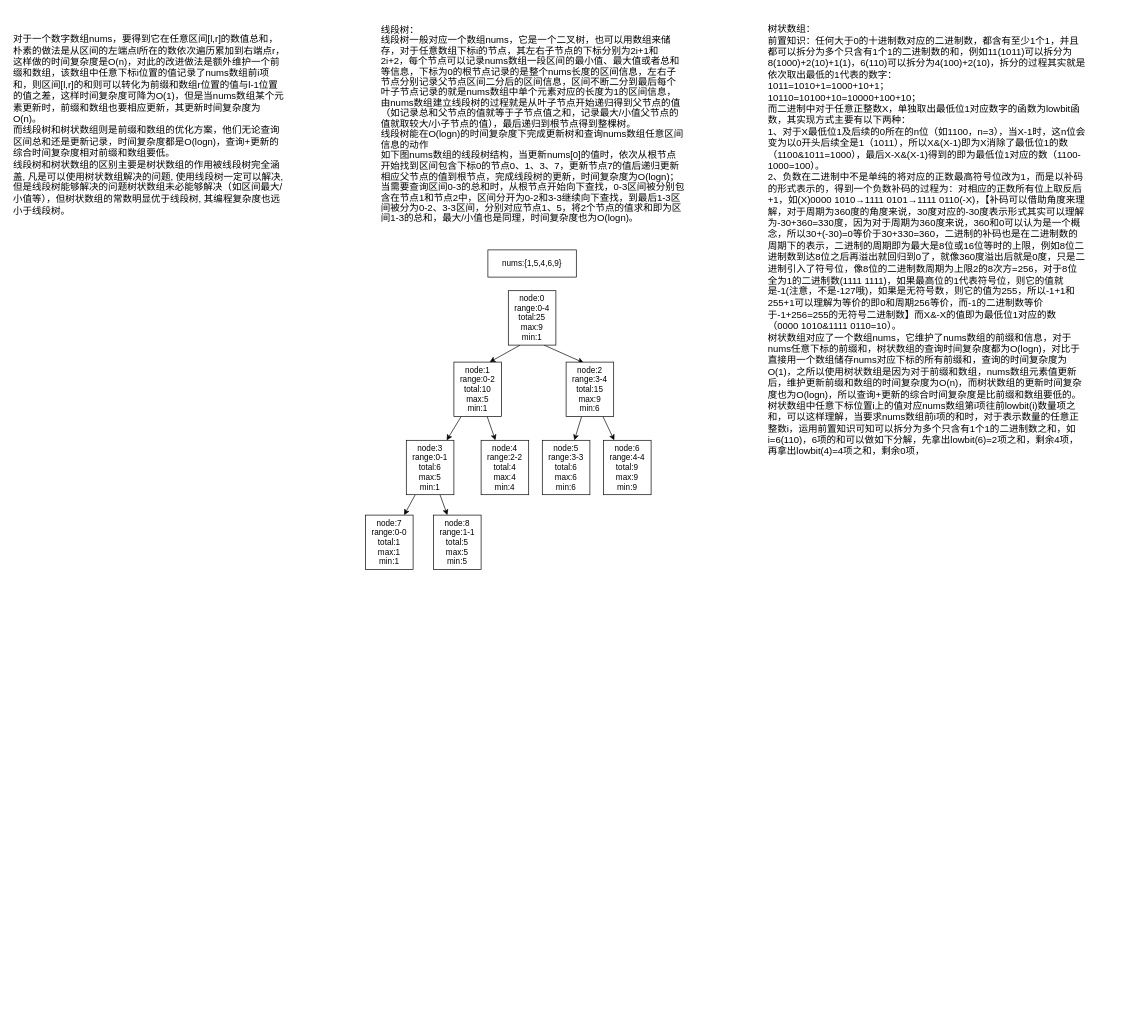
Earlier version of the draw.io diagram 线段树和树状数组.drawio (a7956232/drawIOFiles). Source tidied: cells renumbered, new cells numbered last; positions are measured from the earlier drawing's top-left corner, leaving out a move shared by most shapes. Both pictures are drawn from the tidied source at 68%, with x=0, y=0 at pixel (12, 12).
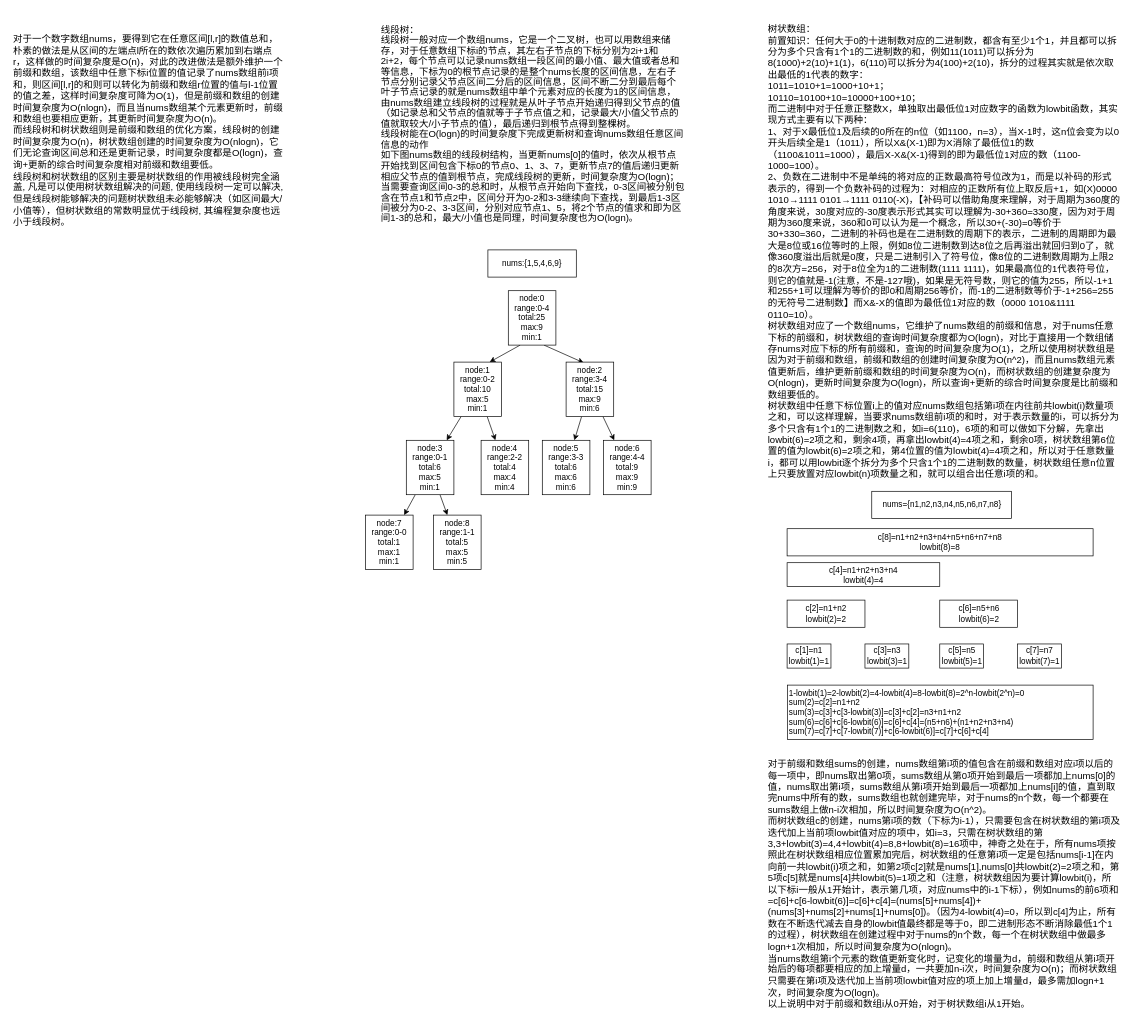
After the change.

Commit message:
更新线段树和树状数组.drawio

The edit, as a diff of the source:
```diff
@@
-    <mxCell id="21" value="&lt;font style=&quot;font-size: 14px;&quot;&gt;树状数组：&lt;br&gt;前置知识：任何大于0的十进制数对应的二进制数，都含有至少1个1，并且都可以拆分为多个只含有1个1的二进制数的和，例如11(1011)可以拆分为8(1000)+2(10)+1(1)，6(110)可以拆分为4(100)+2(10)，拆分的过程其实就是依次取出最低的1代表的数字：&lt;br&gt;1011=1010+1=1000+10+1；&lt;br&gt;10110=10100+10=10000+100+10；&lt;br&gt;而二进制中对于任意正整数X，单独取出最低位1对应数字的函数为lowbit函数，其实现方式主要有以下两种：&lt;br&gt;1、对于X最低位1及后续的0所在的n位（如1100，n=3），当X-1时，这n位会变为以0开头后续全是1（1011），所以X&amp;amp;(X-1)即为X消除了最低位1的数（1100&amp;amp;1011=1000），最后X-X&amp;amp;(X-1)得到的即为最低位1对应的数（1100-1000=100）。&lt;br&gt;2、负数在二进制中不是单纯的将对应的正数最高符号位改为1，而是以补码的形式表示的，得到一个负数补码的过程为：对相应的正数所有位上取反后+1，如(X)0000 1010→1111 0101→1111 0110(-X)，【补码可以借助角度来理解，对于周期为360度的角度来说，30度对应的-30度表示形式其实可以理解为-30+360=330度，因为对于周期为360度来说，360和0可以认为是一个概念，所以30+(-30)=0等价于30+330=360，二进制的补码也是在二进制数的周期下的表示，二进制的周期即为最大是8位或16位等时的上限，例如8位二进制数到达8位之后再溢出就回归到0了，就像360度溢出后就是0度，只是二进制引入了符号位，像8位的二进制数周期为上限2的8次方=256，对于8位全为1的二进制数(1111 1111)，如果最高位的1代表符号位，则它的值就是-1(注意，不是-127哦)，如果是无符号数，则它的值为255，所以-1+1和255+1可以理解为等价的即0和周期256等价，而-1的二进制数等价于-1+256=255的无符号二进制数】而X&amp;amp;-X的值即为最低位1对应的数（0000 1010&amp;amp;1111 0110=10）。&lt;br&gt;树状数组对应了一个数组nums，它维护了nums数组的前缀和信息，对于nums任意下标的前缀和，树状数组的查询时间复杂度都为O(logn)，对比于直接用一个数组储存nums对应下标的所有前缀和，查询的时间复杂度为O(1)，之所以使用树状数组是因为对于前缀和数组，nums数组元素值更新后，维护更新前缀和数组的时间复杂度为O(n)，而树状数组的更新时间复杂度也为O(logn)，所以查询+更新的综合时间复杂度是比前缀和数组要低的。&lt;br&gt;树状数组中任意下标位置i上的值对应nums数组第i项往前lowbit(i)数量项之和，可以这样理解，当要求nums数组前i项的和时，对于表示数量的任意正整数i，运用前置知识可知可以拆分为多个只含有1个1的二进制数之和，如i=6(110)，6项的和可以做如下分解，先拿出lowbit(6)=2项之和，剩余4项，再拿出lowbit(4)=4项之和，剩余0项，&lt;br&gt;&lt;/font&gt;" style="text;html=1;strokeColor=none;fillColor=none;align=left;verticalAlign=top;whiteSpace=wrap;rounded=0;" parent="1" vertex="1">
-      <mxGeometry x="1110" y="10" width="470" height="860" as="geometry" />
+    <mxCell id="21" value="&lt;font style=&quot;font-size: 14px;&quot;&gt;树状数组：&lt;br&gt;前置知识：任何大于0的十进制数对应的二进制数，都含有至少1个1，并且都可以拆分为多个只含有1个1的二进制数的和，例如11(1011)可以拆分为8(1000)+2(10)+1(1)，6(110)可以拆分为4(100)+2(10)，拆分的过程其实就是依次取出最低的1代表的数字：&lt;br&gt;1011=1010+1=1000+10+1；&lt;br&gt;10110=10100+10=10000+100+10；&lt;br&gt;而二进制中对于任意正整数X，单独取出最低位1对应数字的函数为lowbit函数，其实现方式主要有以下两种：&lt;br&gt;1、对于X最低位1及后续的0所在的n位（如1100，n=3），当X-1时，这n位会变为以0开头后续全是1（1011），所以X&amp;amp;(X-1)即为X消除了最低位1的数（1100&amp;amp;1011=1000），最后X-X&amp;amp;(X-1)得到的即为最低位1对应的数（1100-1000=100）。&lt;br&gt;2、负数在二进制中不是单纯的将对应的正数最高符号位改为1，而是以补码的形式表示的，得到一个负数补码的过程为：对相应的正数所有位上取反后+1，如(X)0000 1010→1111 0101→1111 0110(-X)，【补码可以借助角度来理解，对于周期为360度的角度来说，30度对应的-30度表示形式其实可以理解为-30+360=330度，因为对于周期为360度来说，360和0可以认为是一个概念，所以30+(-30)=0等价于30+330=360，二进制的补码也是在二进制数的周期下的表示，二进制的周期即为最大是8位或16位等时的上限，例如8位二进制数到达8位之后再溢出就回归到0了，就像360度溢出后就是0度，只是二进制引入了符号位，像8位的二进制数周期为上限2的8次方=256，对于8位全为1的二进制数(1111 1111)，如果最高位的1代表符号位，则它的值就是-1(注意，不是-127哦)，如果是无符号数，则它的值为255，所以-1+1和255+1可以理解为等价的即0和周期256等价，而-1的二进制数等价于-1+256=255的无符号二进制数】而X&amp;amp;-X的值即为最低位1对应的数（0000 1010&amp;amp;1111 0110=10）。&lt;br&gt;树状数组对应了一个数组nums，它维护了nums数组的前缀和信息，对于nums任意下标的前缀和，树状数组的查询时间复杂度都为O(logn)，对比于直接用一个数组储存nums对应下标的所有前缀和，查询的时间复杂度为O(1)，之所以使用树状数组是因为对于前缀和数组，前缀和数组的创建时间复杂度为O(n^2)，而且nums数组元素值更新后，维护更新前缀和数组的时间复杂度为O(n)，而树状数组的创建复杂度为O(nlogn)，更新时间复杂度为O(logn)，所以查询+更新的综合时间复杂度是比前缀和数组要低的。&lt;br&gt;树状数组中任意下标位置i上的值对应nums数组包括第i项在内往前共lowbit(i)数量项之和，可以这样理解，当要求nums数组前i项的和时，对于表示数量的i，可以拆分为多个只含有1个1的二进制数之和，如i=6(110)，6项的和可以做如下分解，先拿出lowbit(6)=2项之和，剩余4项，再拿出lowbit(4)=4项之和，剩余0项，树状数组第6位置的值为lowbit(6)=2项之和，第4位置的值为lowbit(4)=4项之和，所以对于任意数量i，都可以用lowbit逐个拆分为多个只含1个1的二进制数的数量，树状数组任意n位置上只要放置对应lowbit(n)项数量之和，就可以组合出任意i项的和。&lt;br&gt;&lt;/font&gt;" style="text;html=1;strokeColor=none;fillColor=none;align=left;verticalAlign=top;whiteSpace=wrap;rounded=0;" parent="1" vertex="1">
+      <mxGeometry x="1110" y="10" width="520" height="690" as="geometry" />
     </mxCell>
-    <mxCell id="22" value="&lt;font style=&quot;font-size: 14px;&quot;&gt;对于一个数字数组nums，要得到它在任意区间[l,r]的数值总和，朴素的做法是从区间的左端点l所在的数依次遍历累加到右端点r，这样做的时间复杂度是O(n)，对此的改进做法是额外维护一个前缀和数组，该数组中任意下标i位置的值记录了nums数组前i项和，则区间[l,r]的和则可以转化为前缀和数组r位置的值与l-1位置的值之差，这样时间复杂度可降为O(1)，但是当nums数组某个元素更新时，前缀和数组也要相应更新，其更新时间复杂度为O(n)。&lt;br&gt;而线段树和树状数组则是前缀和数组的优化方案，他们无论查询区间总和还是更新记录，时间复杂度都是O(logn)，查询+更新的综合时间复杂度相对前缀和数组要低。&lt;br&gt;线段树和树状数组的区别主要是树状数组的作用被线段树完全涵盖, 凡是可以使用树状数组解决的问题, 使用线段树一定可以解决, 但是线段树能够解决的问题树状数组未必能够解决（如区间最大/小值等），但树状数组的常数明显优于线段树, 其编程复杂度也远小于线段树。&lt;br&gt;&lt;/font&gt;" style="text;html=1;strokeColor=none;fillColor=none;align=left;verticalAlign=top;whiteSpace=wrap;rounded=0;" parent="1" vertex="1">
-      <mxGeometry y="25" width="403" height="280" as="geometry" />
+    <mxCell id="22" value="&lt;font style=&quot;font-size: 14px;&quot;&gt;对于一个数字数组nums，要得到它在任意区间[l,r]的数值总和，朴素的做法是从区间的左端点l所在的数依次遍历累加到右端点r，这样做的时间复杂度是O(n)，对此的改进做法是额外维护一个前缀和数组，该数组中任意下标i位置的值记录了nums数组前i项和，则区间[l,r]的和则可以转化为前缀和数组r位置的值与l-1位置的值之差，这样时间复杂度可降为O(1)，但是前缀和数组的创建时间复杂度为O(nlogn)，而且当nums数组某个元素更新时，前缀和数组也要相应更新，其更新时间复杂度为O(n)。&lt;br&gt;而线段树和树状数组则是前缀和数组的优化方案，线段树的创建时间复杂度为O(n)，树状数组创建的时间复杂度为O(nlogn)，它们无论查询区间总和还是更新记录，时间复杂度都是O(logn)，查询+更新的综合时间复杂度相对前缀和数组要低。&lt;br&gt;线段树和树状数组的区别主要是树状数组的作用被线段树完全涵盖, 凡是可以使用树状数组解决的问题, 使用线段树一定可以解决, 但是线段树能够解决的问题树状数组未必能够解决（如区间最大/小值等），但树状数组的常数明显优于线段树, 其编程复杂度也远小于线段树。&lt;br&gt;&lt;/font&gt;" style="text;html=1;strokeColor=none;fillColor=none;align=left;verticalAlign=top;whiteSpace=wrap;rounded=0;" parent="1" vertex="1">
+      <mxGeometry y="25" width="400" height="295" as="geometry" />
     </mxCell>
+    <mxCell id="23" value="nums={n1,n2,n3,n4,n5,n6,n7,n8}" style="rounded=0;whiteSpace=wrap;html=1;" parent="1" vertex="1">
+      <mxGeometry x="1264.5" y="705" width="205.5" height="40" as="geometry" />
+    </mxCell>
+    <mxCell id="24" value="c[8]=n1+n2+n3+n4+n5+n6+n7+n8&lt;br&gt;lowbit(8)=8" style="rounded=0;whiteSpace=wrap;html=1;" parent="1" vertex="1">
+      <mxGeometry x="1140" y="760" width="450" height="40" as="geometry" />
+    </mxCell>
+    <mxCell id="25" value="c[4]=n1+n2+n3+n4&lt;br&gt;lowbit(4)=4" style="rounded=0;whiteSpace=wrap;html=1;" parent="1" vertex="1">
+      <mxGeometry x="1140" y="810" width="224.5" height="35" as="geometry" />
+    </mxCell>
+    <mxCell id="26" value="c[2]=n1+n2&lt;br&gt;lowbit(2)=2" style="rounded=0;whiteSpace=wrap;html=1;" parent="1" vertex="1">
+      <mxGeometry x="1140" y="865" width="114.5" height="40" as="geometry" />
+    </mxCell>
+    <mxCell id="27" value="c[1]=n1&lt;br&gt;lowbit(1)=1" style="rounded=0;whiteSpace=wrap;html=1;" parent="1" vertex="1">
+      <mxGeometry x="1140" y="929.5" width="64.5" height="35.5" as="geometry" />
+    </mxCell>
+    <mxCell id="28" value="c[3]=n3&lt;br&gt;lowbit(3)=1" style="rounded=0;whiteSpace=wrap;html=1;" parent="1" vertex="1">
+      <mxGeometry x="1254.5" y="929.5" width="64.5" height="35.5" as="geometry" />
+    </mxCell>
+    <mxCell id="29" value="c[6]=n5+n6&lt;br&gt;lowbit(6)=2" style="rounded=0;whiteSpace=wrap;html=1;" parent="1" vertex="1">
+      <mxGeometry x="1364.5" y="865" width="114.5" height="40" as="geometry" />
+    </mxCell>
+    <mxCell id="30" value="c[5]=n5&lt;br&gt;lowbit(5)=1" style="rounded=0;whiteSpace=wrap;html=1;" parent="1" vertex="1">
+      <mxGeometry x="1364.5" y="929.5" width="64.5" height="35.5" as="geometry" />
+    </mxCell>
+    <mxCell id="31" value="c[7]=n7&lt;br&gt;lowbit(7)=1" style="rounded=0;whiteSpace=wrap;html=1;" parent="1" vertex="1">
+      <mxGeometry x="1479" y="929.5" width="64.5" height="35.5" as="geometry" />
+    </mxCell>
+    <mxCell id="32" value="1-lowbit(1)=2-lowbit(2)=4-lowbit(4)=8-lowbit(8)=2^n-lowbit(2^n)=0&lt;br&gt;sum(2)=c[2]=n1+n2&lt;br&gt;sum(3)=c[3]+c[3-lowbit(3)]=c[3]+c[2]=n3+n1+n2&lt;br&gt;sum(6)=c[6]+c[6-lowbit(6)]=c[6]+c[4]=(n5+n6)+(n1+n2+n3+n4)&lt;br&gt;sum(7)=c[7]+c[7-lowbit(7)]+c[6-lowbit(6)]=c[7]+c[6]+c[4]" style="rounded=0;whiteSpace=wrap;html=1;align=left;" parent="1" vertex="1">
+      <mxGeometry x="1140.5" y="990" width="449.5" height="80" as="geometry" />
+    </mxCell>
+    <mxCell id="33" value="&lt;font style=&quot;font-size: 14px;&quot;&gt;对于前缀和数组sums的创建，nums数组第i项的值包含在前缀和数组对应i项以后的每一项中，即nums取出第0项，sums数组从第0项开始到最后一项都加上nums[0]的值，nums取出第i项，sums数组从第i项开始到最后一项都加上nums[i]的值，直到取完nums中所有的数，sums数组也就创建完毕，对于nums的n个数，每一个都要在sums数组上做n-i次相加，所以时间复杂度为O(n^2)。&lt;br&gt;而树状数组c的创建，nums第i项的数（下标为i-1），只需要包含在树状数组的第i项及迭代加上当前项lowbit值对应的项中，如i=3，只需在树状数组的第3,3+lowbit(3)=4,4+lowbit(4)=8,8+lowbit(8)=16项中，神奇之处在于，所有nums项按照此在树状数组相应位置累加完后，树状数组的任意第i项一定是包括nums[i-1]在内向前一共lowbit(i)项之和，如第2项c[2]就是nums[1],nums[0]共lowbit(2)=2项之和，第5项c[5]就是nums[4]共lowbit(5)=1项之和（注意，树状数组因为要计算lowbit(i)，所以下标i一般从1开始计，表示第几项，对应nums中的i-1下标），例如nums的前6项和=c[6]+c[6-lowbit(6)]=c[6]+c[4]=(nums[5]+nums[4])+(nums[3]+nums[2]+nums[1]+nums[0])。（因为4-lowbit(4)=0，所以到c[4]为止，所有数在不断迭代减去自身的lowbit值最终都是等于0，即二进制形态不断消除最低1个1的过程），树状数组在创建过程中对于nums的n个数，每一个在树状数组中做最多logn+1次相加，所以时间复杂度为O(nlogn)。&lt;br&gt;当nums数组第i个元素的数值更新变化时，记变化的增量为d，前缀和数组从第i项开始后的每项都要相应的加上增量d，一共要加n-i次，时间复杂度为O(n)；而树状数组只需要在第i项及迭代加上当前项lowbit值对应的项上加上增量d，最多需加logn+1次，时间复杂度为O(logn)。&lt;br&gt;以上说明中对于前缀和数组i从0开始，对于树状数组i从1开始。&lt;br&gt;&lt;/font&gt;" style="text;html=1;strokeColor=none;fillColor=none;align=left;verticalAlign=top;whiteSpace=wrap;rounded=0;" parent="1" vertex="1">
+      <mxGeometry x="1110" y="1091" width="520" height="389" as="geometry" />
+    </mxCell>
```
